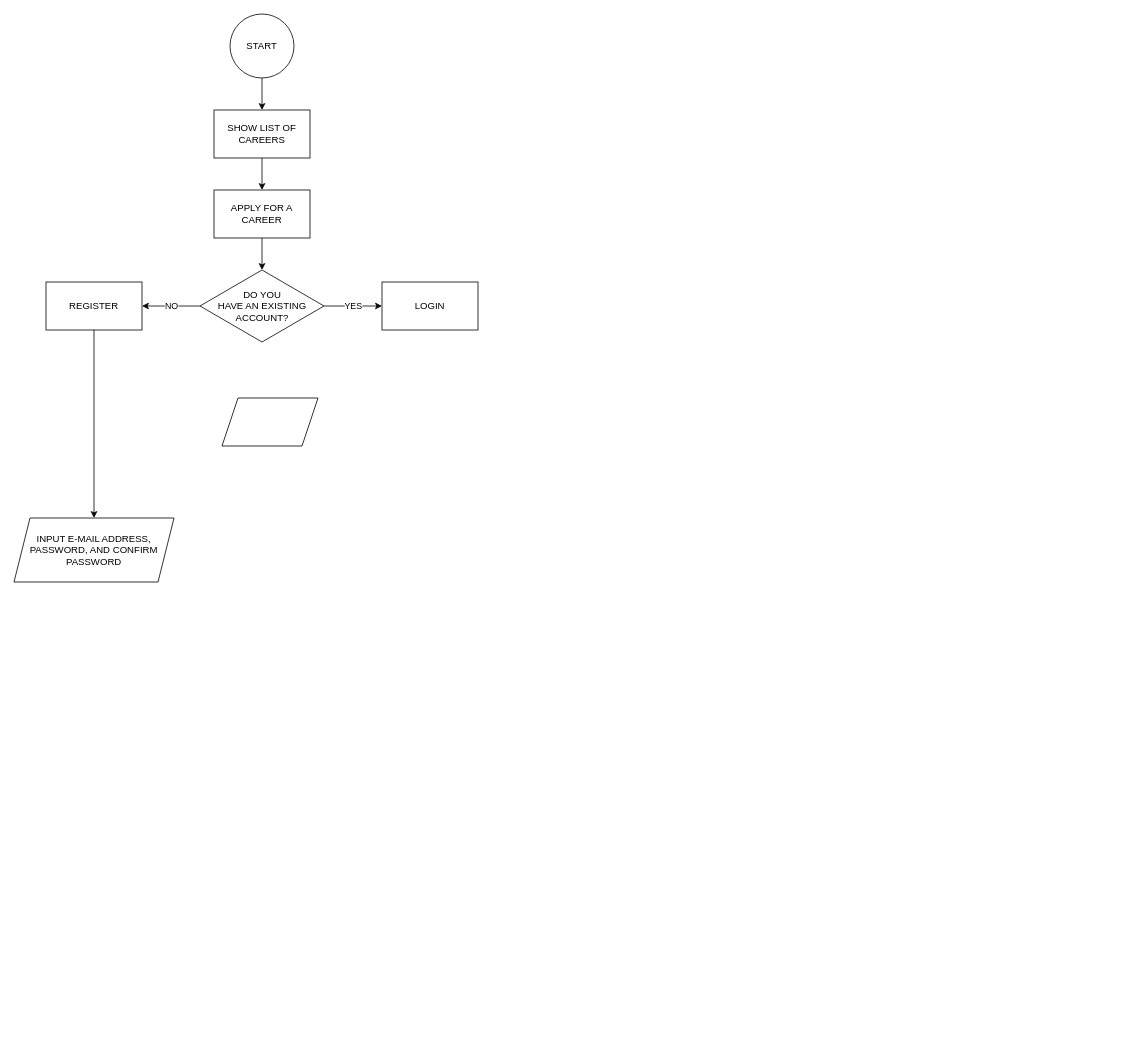
The draw.io diagram page "Flowchart" (2 of 2) of DOST-Careers.drawio in kaid0011/diagrams, before the edit. Source tidied: cells renumbered, new cells numbered last; positions are measured from the earlier drawing's top-left corner, leaving out a move shared by most shapes. Both pictures are drawn from the tidied source at 80%, with x=0, y=0 at pixel (14, 14).
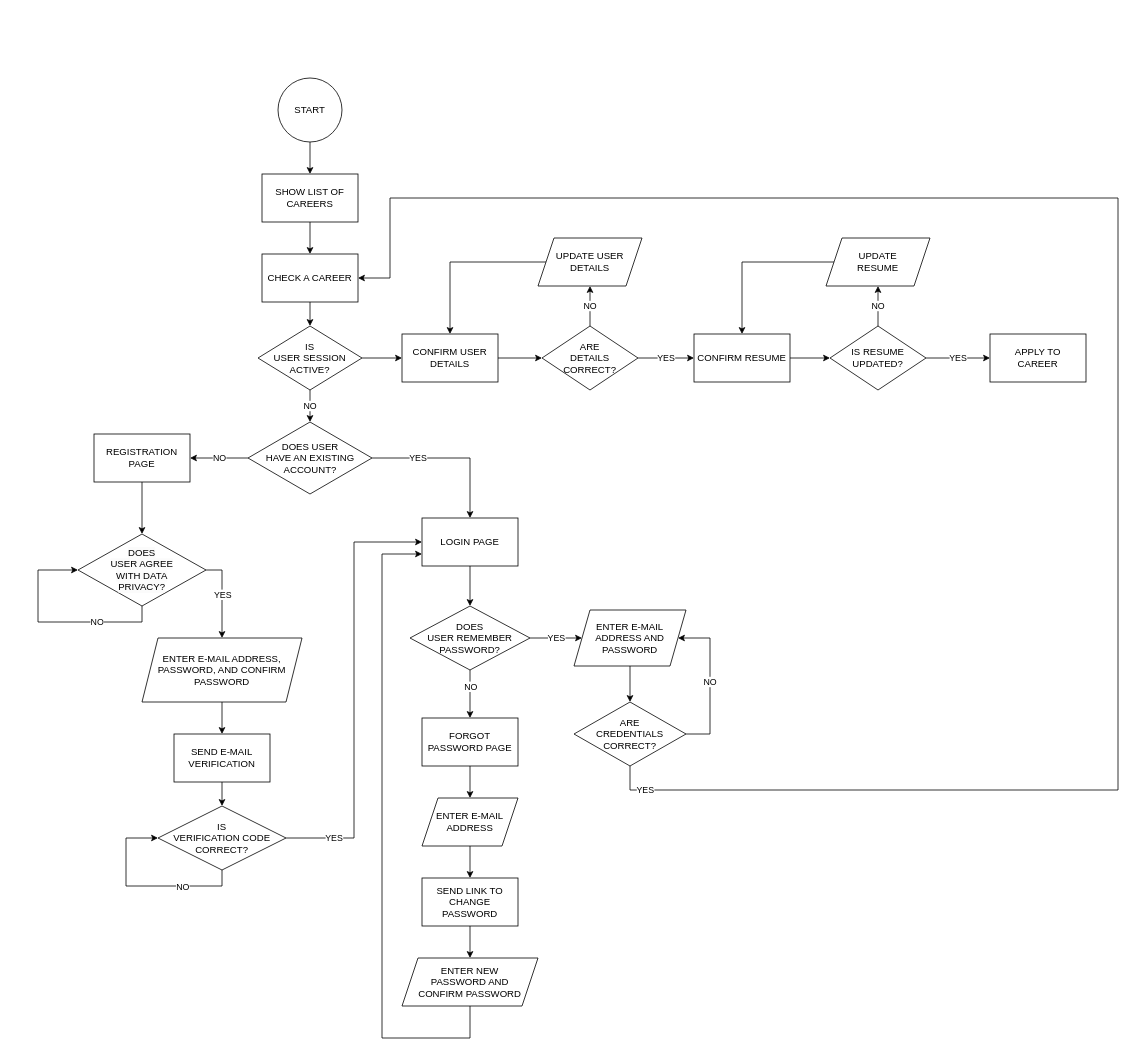
After the change.

The edit, as a diff of the source:
```diff
@@
     <mxCell id="3" value="START" style="ellipse;whiteSpace=wrap;html=1;" parent="1" vertex="1">
-      <mxGeometry x="270" width="80" height="80" as="geometry" />
+      <mxGeometry x="330" y="80" width="80" height="80" as="geometry" />
     </mxCell>
@@
     <mxCell id="5" value="SHOW LIST OF CAREERS" style="rounded=0;whiteSpace=wrap;html=1;" parent="1" vertex="1">
-      <mxGeometry x="250" y="120" width="120" height="60" as="geometry" />
+      <mxGeometry x="310" y="200" width="120" height="60" as="geometry" />
     </mxCell>
@@
-    <mxCell id="7" value="YES" style="edgeStyle=orthogonalEdgeStyle;rounded=0;jettySize=auto;html=1;exitX=1;exitY=0.5;exitDx=0;exitDy=0;entryX=0;entryY=0.5;entryDx=0;entryDy=0;" parent="1" edge="1" source="8" target="13">
-      <mxGeometry relative="1" as="geometry" />
+    <mxCell id="7" value="YES" style="edgeStyle=orthogonalEdgeStyle;rounded=0;jettySize=auto;html=1;exitX=1;exitY=0.5;exitDx=0;exitDy=0;entryX=0.5;entryY=0;entryDx=0;entryDy=0;" parent="1" edge="1" source="8" target="13">
+      <mxGeometry x="-0.43" relative="1" as="geometry">
+        <mxPoint x="1" as="offset" />
+      </mxGeometry>
     </mxCell>
-    <mxCell id="8" value="DO YOU&lt;br&gt;HAVE AN EXISTING&lt;br&gt;ACCOUNT?" style="rhombus;whiteSpace=wrap;html=1;" parent="1" vertex="1">
-      <mxGeometry x="232.5" y="320" width="155" height="90" as="geometry" />
+    <mxCell id="8" value="DOES USER&lt;br&gt;HAVE AN EXISTING&lt;br&gt;ACCOUNT?" style="rhombus;whiteSpace=wrap;html=1;" parent="1" vertex="1">
+      <mxGeometry x="292.5" y="510" width="155" height="90" as="geometry" />
     </mxCell>
-    <mxCell id="9" style="edgeStyle=orthogonalEdgeStyle;rounded=0;jettySize=auto;html=1;exitX=0.5;exitY=1;exitDx=0;exitDy=0;entryX=0.5;entryY=0;entryDx=0;entryDy=0;" parent="1" edge="1" source="10" target="8">
+    <mxCell id="9" style="edgeStyle=orthogonalEdgeStyle;rounded=0;jettySize=auto;html=1;exitX=0.5;exitY=1;exitDx=0;exitDy=0;entryX=0.5;entryY=0;entryDx=0;entryDy=0;" parent="1" edge="1" source="10" target="50">
       <mxGeometry relative="1" as="geometry" />
     </mxCell>
-    <mxCell id="10" value="APPLY FOR A CAREER" style="rounded=0;whiteSpace=wrap;html=1;" parent="1" vertex="1">
-      <mxGeometry x="250" y="220" width="120" height="60" as="geometry" />
+    <mxCell id="10" value="CHECK A CAREER" style="rounded=0;whiteSpace=wrap;html=1;" parent="1" vertex="1">
+      <mxGeometry x="310" y="300" width="120" height="60" as="geometry" />
     </mxCell>
-    <mxCell id="11" style="edgeStyle=orthogonalEdgeStyle;rounded=0;jettySize=auto;html=1;exitX=0.5;exitY=1;exitDx=0;exitDy=0;entryX=0.5;entryY=0;entryDx=0;entryDy=0;" parent="1" edge="1" source="12" target="14">
-      <mxGeometry relative="1" as="geometry" />
-    </mxCell>
+    <mxCell id="16" style="edgeStyle=orthogonalEdgeStyle;rounded=0;jettySize=auto;html=1;exitX=0.5;exitY=1;exitDx=0;exitDy=0;entryX=0.5;entryY=0;entryDx=0;entryDy=0;" parent="1" edge="1" source="12" target="21">
+      <mxGeometry relative="1" as="geometry" />
+    </mxCell>
-    <mxCell id="12" value="REGISTER" style="rounded=0;whiteSpace=wrap;html=1;" parent="1" vertex="1">
-      <mxGeometry x="40" y="335" width="120" height="60" as="geometry" />
+    <mxCell id="12" value="REGISTRATION PAGE" style="rounded=0;whiteSpace=wrap;html=1;" parent="1" vertex="1">
+      <mxGeometry x="100" y="525" width="120" height="60" as="geometry" />
     </mxCell>
+    <mxCell id="17" style="edgeStyle=orthogonalEdgeStyle;rounded=0;jettySize=auto;html=1;exitX=0.5;exitY=1;exitDx=0;exitDy=0;entryX=0.5;entryY=0;entryDx=0;entryDy=0;" parent="1" edge="1" source="13" target="34">
+      <mxGeometry relative="1" as="geometry" />
+    </mxCell>
-    <mxCell id="13" value="LOGIN" style="rounded=0;whiteSpace=wrap;html=1;" parent="1" vertex="1">
-      <mxGeometry x="460" y="335" width="120" height="60" as="geometry" />
+    <mxCell id="13" value="LOGIN PAGE" style="rounded=0;whiteSpace=wrap;html=1;" parent="1" vertex="1">
+      <mxGeometry x="510" y="630" width="120" height="60" as="geometry" />
     </mxCell>
+    <mxCell id="18" style="edgeStyle=orthogonalEdgeStyle;rounded=0;jettySize=auto;html=1;exitX=0.5;exitY=1;exitDx=0;exitDy=0;entryX=0.5;entryY=0;entryDx=0;entryDy=0;" parent="1" edge="1" source="14" target="25">
+      <mxGeometry relative="1" as="geometry" />
+    </mxCell>
-    <mxCell id="14" value="INPUT E-MAIL ADDRESS, PASSWORD, AND CONFIRM PASSWORD" style="shape=parallelogram;perimeter=parallelogramPerimeter;whiteSpace=wrap;html=1;fixedSize=1;" parent="1" vertex="1">
-      <mxGeometry y="630" width="200" height="80" as="geometry" />
+    <mxCell id="14" value="ENTER E-MAIL ADDRESS, PASSWORD, AND CONFIRM PASSWORD" style="shape=parallelogram;perimeter=parallelogramPerimeter;whiteSpace=wrap;html=1;fixedSize=1;" parent="1" vertex="1">
+      <mxGeometry x="160" y="780" width="200" height="80" as="geometry" />
     </mxCell>
-    <mxCell id="15" style="shape=parallelogram;perimeter=parallelogramPerimeter;whiteSpace=wrap;html=1;fixedSize=1;" parent="1" vertex="1">
-      <mxGeometry x="260" y="480" width="120" height="60" as="geometry" />
-    </mxCell>
+    <mxCell id="19" style="edgeStyle=orthogonalEdgeStyle;rounded=0;jettySize=auto;html=1;exitX=1;exitY=0.5;exitDx=0;exitDy=0;entryX=0.5;entryY=0;entryDx=0;entryDy=0;" parent="1" edge="1" source="21" target="14">
+      <mxGeometry relative="1" as="geometry" />
+    </mxCell>
+    <mxCell id="20" value="YES" style="edgeLabel;html=1;align=center;verticalAlign=middle;" parent="19" vertex="1">
+      <mxGeometry x="-0.04" relative="1" as="geometry" />
+    </mxCell>
+    <mxCell id="21" value="&lt;span style=&quot;color: rgb(0, 0, 0); font-family: Helvetica; font-size: 12px; font-style: normal; font-variant-ligatures: normal; font-variant-caps: normal; font-weight: 400; letter-spacing: normal; orphans: 2; text-align: center; text-indent: 0px; text-transform: none; widows: 2; word-spacing: 0px; -webkit-text-stroke-width: 0px; background-color: rgb(251, 251, 251); text-decoration-thickness: initial; text-decoration-style: initial; text-decoration-color: initial; float: none; display: inline !important;&quot;&gt;DOES &lt;br&gt;USER AGREE &lt;br&gt;WITH DATA &lt;br&gt;PRIVACY?&lt;/span&gt;" style="rhombus;whiteSpace=wrap;html=1;" parent="1" vertex="1">
+      <mxGeometry x="80" y="650" width="160" height="90" as="geometry" />
+    </mxCell>
+    <mxCell id="22" style="edgeStyle=orthogonalEdgeStyle;rounded=0;orthogonalLoop=1;jettySize=auto;html=1;exitX=0.5;exitY=1;exitDx=0;exitDy=0;entryX=0;entryY=0.5;entryDx=0;entryDy=0;" parent="1" edge="1" source="21" target="21">
+      <mxGeometry relative="1" as="geometry">
+        <Array as="points">
+          <mxPoint x="160" y="760" />
+          <mxPoint x="30" y="760" />
+          <mxPoint x="30" y="695" />
+        </Array>
+      </mxGeometry>
+    </mxCell>
+    <mxCell id="23" value="NO" style="edgeLabel;html=1;align=center;verticalAlign=middle;" parent="22" vertex="1">
+      <mxGeometry x="-0.42" y="-1" relative="1" as="geometry" />
+    </mxCell>
+    <mxCell id="24" style="edgeStyle=orthogonalEdgeStyle;rounded=0;jettySize=auto;html=1;exitX=0.5;exitY=1;exitDx=0;exitDy=0;entryX=0.5;entryY=0;entryDx=0;entryDy=0;" parent="1" edge="1" source="25" target="28">
+      <mxGeometry relative="1" as="geometry" />
+    </mxCell>
+    <mxCell id="25" value="SEND E-MAIL VERIFICATION" style="rounded=0;whiteSpace=wrap;html=1;" parent="1" vertex="1">
+      <mxGeometry x="200" y="900" width="120" height="60" as="geometry" />
+    </mxCell>
+    <mxCell id="26" style="edgeStyle=orthogonalEdgeStyle;rounded=0;jettySize=auto;html=1;exitX=1;exitY=0.5;exitDx=0;exitDy=0;entryX=0;entryY=0.5;entryDx=0;entryDy=0;" parent="1" edge="1" source="28" target="13">
+      <mxGeometry relative="1" as="geometry" />
+    </mxCell>
+    <mxCell id="27" value="YES" style="edgeLabel;html=1;align=center;verticalAlign=middle;" parent="26" vertex="1">
+      <mxGeometry x="-0.78" y="1" relative="1" as="geometry" />
+    </mxCell>
+    <mxCell id="28" value="IS&lt;br&gt;VERIFICATION CODE CORRECT?" style="rhombus;whiteSpace=wrap;html=1;" parent="1" vertex="1">
+      <mxGeometry x="180" y="990" width="160" height="80" as="geometry" />
+    </mxCell>
+    <mxCell id="29" style="edgeStyle=orthogonalEdgeStyle;rounded=0;orthogonalLoop=1;jettySize=auto;html=1;exitX=0.5;exitY=1;exitDx=0;exitDy=0;entryX=0;entryY=0.5;entryDx=0;entryDy=0;" parent="1" edge="1" source="28" target="28">
+      <mxGeometry relative="1" as="geometry">
+        <Array as="points">
+          <mxPoint x="260" y="1090" />
+          <mxPoint x="140" y="1090" />
+          <mxPoint x="140" y="1030" />
+        </Array>
+      </mxGeometry>
+    </mxCell>
+    <mxCell id="30" value="NO" style="edgeLabel;html=1;align=center;verticalAlign=middle;" parent="29" vertex="1">
+      <mxGeometry x="-0.42" y="-4" relative="1" as="geometry">
+        <mxPoint y="4" as="offset" />
+      </mxGeometry>
+    </mxCell>
+    <mxCell id="31" style="edgeStyle=orthogonalEdgeStyle;rounded=0;jettySize=auto;html=1;exitX=0.5;exitY=1;exitDx=0;exitDy=0;" parent="1" edge="1" source="34" target="36">
+      <mxGeometry relative="1" as="geometry" />
+    </mxCell>
+    <mxCell id="32" value="NO" style="edgeLabel;html=1;align=center;verticalAlign=middle;" parent="31" vertex="1">
+      <mxGeometry x="0.16" y="-1" relative="1" as="geometry">
+        <mxPoint x="1" y="-15" as="offset" />
+      </mxGeometry>
+    </mxCell>
+    <mxCell id="33" value="YES" style="edgeStyle=orthogonalEdgeStyle;rounded=0;jettySize=auto;html=1;exitX=1;exitY=0.5;exitDx=0;exitDy=0;" parent="1" edge="1" source="34" target="44">
+      <mxGeometry relative="1" as="geometry" />
+    </mxCell>
+    <mxCell id="34" value="DOES&lt;br&gt;USER REMEMBER PASSWORD?" style="rhombus;whiteSpace=wrap;html=1;" parent="1" vertex="1">
+      <mxGeometry x="495" y="740" width="150" height="80" as="geometry" />
+    </mxCell>
+    <mxCell id="35" style="edgeStyle=orthogonalEdgeStyle;rounded=0;jettySize=auto;html=1;exitX=0.5;exitY=1;exitDx=0;exitDy=0;entryX=0.5;entryY=0;entryDx=0;entryDy=0;" parent="1" edge="1" source="36" target="38">
+      <mxGeometry relative="1" as="geometry" />
+    </mxCell>
+    <mxCell id="36" value="FORGOT PASSWORD PAGE" style="rounded=0;whiteSpace=wrap;html=1;" parent="1" vertex="1">
+      <mxGeometry x="510" y="880" width="120" height="60" as="geometry" />
+    </mxCell>
+    <mxCell id="37" style="edgeStyle=orthogonalEdgeStyle;rounded=0;jettySize=auto;html=1;exitX=0.5;exitY=1;exitDx=0;exitDy=0;" parent="1" edge="1" source="38" target="40">
+      <mxGeometry relative="1" as="geometry" />
+    </mxCell>
+    <mxCell id="38" value="ENTER E-MAIL ADDRESS" style="shape=parallelogram;perimeter=parallelogramPerimeter;whiteSpace=wrap;html=1;fixedSize=1;" parent="1" vertex="1">
+      <mxGeometry x="510" y="980" width="120" height="60" as="geometry" />
+    </mxCell>
+    <mxCell id="39" style="edgeStyle=orthogonalEdgeStyle;rounded=0;jettySize=auto;html=1;exitX=0.5;exitY=1;exitDx=0;exitDy=0;entryX=0.5;entryY=0;entryDx=0;entryDy=0;" parent="1" edge="1" source="40" target="42">
+      <mxGeometry relative="1" as="geometry" />
+    </mxCell>
+    <mxCell id="40" value="SEND LINK TO CHANGE PASSWORD" style="rounded=0;whiteSpace=wrap;html=1;" parent="1" vertex="1">
+      <mxGeometry x="510" y="1080" width="120" height="60" as="geometry" />
+    </mxCell>
+    <mxCell id="41" style="edgeStyle=orthogonalEdgeStyle;rounded=0;jettySize=auto;html=1;exitX=0.5;exitY=1;exitDx=0;exitDy=0;entryX=0;entryY=0.75;entryDx=0;entryDy=0;" parent="1" edge="1" source="42" target="13">
+      <mxGeometry relative="1" as="geometry">
+        <Array as="points">
+          <mxPoint x="570" y="1280" />
+          <mxPoint x="460" y="1280" />
+          <mxPoint x="460" y="675" />
+        </Array>
+      </mxGeometry>
+    </mxCell>
+    <mxCell id="42" value="ENTER NEW&lt;br&gt;PASSWORD AND&lt;br&gt;CONFIRM PASSWORD" style="shape=parallelogram;perimeter=parallelogramPerimeter;whiteSpace=wrap;html=1;fixedSize=1;" parent="1" vertex="1">
+      <mxGeometry x="485" y="1180" width="170" height="60" as="geometry" />
+    </mxCell>
+    <mxCell id="43" style="edgeStyle=orthogonalEdgeStyle;rounded=0;jettySize=auto;html=1;exitX=0.5;exitY=1;exitDx=0;exitDy=0;" parent="1" edge="1" source="44" target="47">
+      <mxGeometry relative="1" as="geometry" />
+    </mxCell>
+    <mxCell id="44" value="ENTER E-MAIL&lt;br&gt;ADDRESS AND PASSWORD" style="shape=parallelogram;perimeter=parallelogramPerimeter;whiteSpace=wrap;html=1;fixedSize=1;" parent="1" vertex="1">
+      <mxGeometry x="700" y="745" width="140" height="70" as="geometry" />
+    </mxCell>
+    <mxCell id="45" value="NO" style="edgeStyle=orthogonalEdgeStyle;rounded=0;jettySize=auto;html=1;exitX=1;exitY=0.5;exitDx=0;exitDy=0;entryX=1;entryY=0.5;entryDx=0;entryDy=0;" parent="1" edge="1" source="47" target="44">
+      <mxGeometry relative="1" as="geometry">
+        <Array as="points">
+          <mxPoint x="870" y="900" />
+          <mxPoint x="870" y="780" />
+        </Array>
+      </mxGeometry>
+    </mxCell>
+    <mxCell id="46" value="YES" style="edgeStyle=orthogonalEdgeStyle;rounded=0;jettySize=auto;html=1;exitX=0.5;exitY=1;exitDx=0;exitDy=0;entryX=1;entryY=0.5;entryDx=0;entryDy=0;" parent="1" edge="1" source="47" target="10">
+      <mxGeometry x="-0.96" relative="1" as="geometry">
+        <Array as="points">
+          <mxPoint x="770" y="970" />
+          <mxPoint x="1380" y="970" />
+          <mxPoint x="1380" y="230" />
+          <mxPoint x="470" y="230" />
+          <mxPoint x="470" y="330" />
+        </Array>
+      </mxGeometry>
+    </mxCell>
+    <mxCell id="47" value="ARE&lt;br&gt;CREDENTIALS CORRECT?" style="rhombus;whiteSpace=wrap;html=1;" parent="1" vertex="1">
+      <mxGeometry x="700" y="860" width="140" height="80" as="geometry" />
+    </mxCell>
+    <mxCell id="48" value="NO" style="edgeStyle=orthogonalEdgeStyle;rounded=0;jettySize=auto;html=1;exitX=0.5;exitY=1;exitDx=0;exitDy=0;entryX=0.5;entryY=0;entryDx=0;entryDy=0;" parent="1" edge="1" source="50" target="8">
+      <mxGeometry relative="1" as="geometry" />
+    </mxCell>
+    <mxCell id="49" style="edgeStyle=orthogonalEdgeStyle;rounded=0;jettySize=auto;html=1;exitX=1;exitY=0.5;exitDx=0;exitDy=0;entryX=0;entryY=0.5;entryDx=0;entryDy=0;" parent="1" edge="1" source="50" target="52">
+      <mxGeometry relative="1" as="geometry" />
+    </mxCell>
+    <mxCell id="50" value="IS&lt;br&gt;USER SESSION ACTIVE?" style="rhombus;whiteSpace=wrap;html=1;" parent="1" vertex="1">
+      <mxGeometry x="305" y="390" width="130" height="80" as="geometry" />
+    </mxCell>
+    <mxCell id="51" style="edgeStyle=orthogonalEdgeStyle;rounded=0;jettySize=auto;html=1;exitX=1;exitY=0.5;exitDx=0;exitDy=0;entryX=0;entryY=0.5;entryDx=0;entryDy=0;" parent="1" edge="1" source="52" target="55">
+      <mxGeometry relative="1" as="geometry" />
+    </mxCell>
+    <mxCell id="52" value="CONFIRM USER DETAILS" style="rounded=0;whiteSpace=wrap;html=1;" parent="1" vertex="1">
+      <mxGeometry x="485" y="400" width="120" height="60" as="geometry" />
+    </mxCell>
+    <mxCell id="53" value="NO" style="edgeStyle=orthogonalEdgeStyle;rounded=0;jettySize=auto;html=1;exitX=0.5;exitY=0;exitDx=0;exitDy=0;entryX=0.5;entryY=1;entryDx=0;entryDy=0;" parent="1" edge="1" source="55" target="57">
+      <mxGeometry relative="1" as="geometry" />
+    </mxCell>
+    <mxCell id="54" value="YES" style="edgeStyle=orthogonalEdgeStyle;rounded=0;jettySize=auto;html=1;exitX=1;exitY=0.5;exitDx=0;exitDy=0;" parent="1" edge="1" source="55" target="59">
+      <mxGeometry relative="1" as="geometry" />
+    </mxCell>
+    <mxCell id="55" value="ARE&lt;br&gt;DETAILS CORRECT?" style="rhombus;whiteSpace=wrap;html=1;" parent="1" vertex="1">
+      <mxGeometry x="660" y="390" width="120" height="80" as="geometry" />
+    </mxCell>
+    <mxCell id="56" style="edgeStyle=orthogonalEdgeStyle;rounded=0;jettySize=auto;html=1;exitX=0;exitY=0.5;exitDx=0;exitDy=0;" parent="1" edge="1" source="57" target="52">
+      <mxGeometry relative="1" as="geometry" />
+    </mxCell>
+    <mxCell id="57" value="UPDATE USER DETAILS" style="shape=parallelogram;perimeter=parallelogramPerimeter;whiteSpace=wrap;html=1;fixedSize=1;" parent="1" vertex="1">
+      <mxGeometry x="655" y="280" width="130" height="60" as="geometry" />
+    </mxCell>
+    <mxCell id="58" style="edgeStyle=orthogonalEdgeStyle;rounded=0;jettySize=auto;html=1;exitX=1;exitY=0.5;exitDx=0;exitDy=0;entryX=0;entryY=0.5;entryDx=0;entryDy=0;" parent="1" edge="1" source="59" target="64">
+      <mxGeometry relative="1" as="geometry" />
+    </mxCell>
+    <mxCell id="59" value="CONFIRM RESUME" style="rounded=0;whiteSpace=wrap;html=1;" parent="1" vertex="1">
+      <mxGeometry x="850" y="400" width="120" height="60" as="geometry" />
+    </mxCell>
+    <mxCell id="60" style="edgeStyle=orthogonalEdgeStyle;rounded=0;jettySize=auto;html=1;exitX=0;exitY=0.5;exitDx=0;exitDy=0;entryX=0.5;entryY=0;entryDx=0;entryDy=0;" parent="1" edge="1" source="61" target="59">
+      <mxGeometry relative="1" as="geometry" />
+    </mxCell>
+    <mxCell id="61" value="UPDATE&lt;br&gt;RESUME" style="shape=parallelogram;perimeter=parallelogramPerimeter;whiteSpace=wrap;html=1;fixedSize=1;" parent="1" vertex="1">
+      <mxGeometry x="1015" y="280" width="130" height="60" as="geometry" />
+    </mxCell>
+    <mxCell id="62" value="NO" style="edgeStyle=orthogonalEdgeStyle;rounded=0;jettySize=auto;html=1;exitX=0.5;exitY=0;exitDx=0;exitDy=0;entryX=0.5;entryY=1;entryDx=0;entryDy=0;" parent="1" edge="1" source="64" target="61">
+      <mxGeometry relative="1" as="geometry" />
+    </mxCell>
+    <mxCell id="63" value="YES" style="edgeStyle=orthogonalEdgeStyle;rounded=0;jettySize=auto;html=1;exitX=1;exitY=0.5;exitDx=0;exitDy=0;entryX=0;entryY=0.5;entryDx=0;entryDy=0;" parent="1" edge="1" source="64" target="65">
+      <mxGeometry relative="1" as="geometry" />
+    </mxCell>
+    <mxCell id="64" value="IS RESUME UPDATED?" style="rhombus;whiteSpace=wrap;html=1;" parent="1" vertex="1">
+      <mxGeometry x="1020" y="390" width="120" height="80" as="geometry" />
+    </mxCell>
+    <mxCell id="65" value="APPLY TO&lt;br&gt;CAREER" style="rounded=0;whiteSpace=wrap;html=1;" parent="1" vertex="1">
+      <mxGeometry x="1220" y="400" width="120" height="60" as="geometry" />
+    </mxCell>
```
